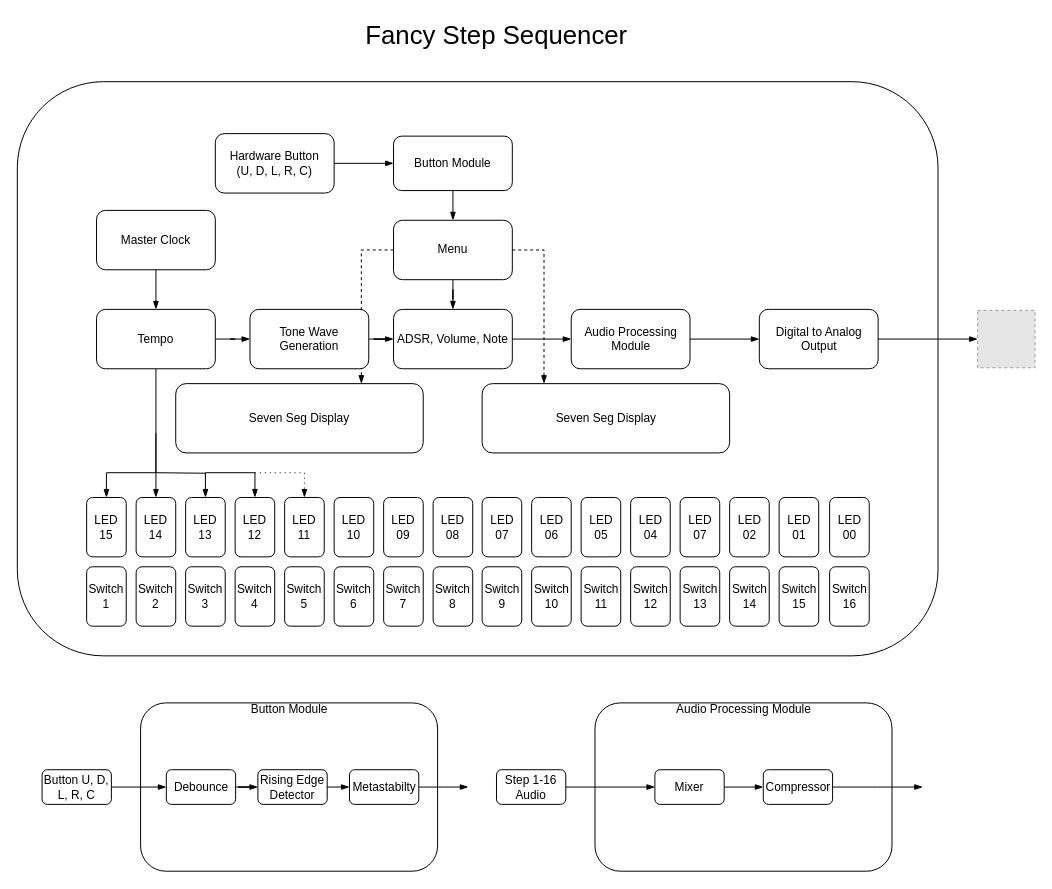
Before: system-diagram/SystemDiagram.drawio in nathaniel-drechsler/16-Step-Sequencer, a draw.io diagram. Source tidied: cells renumbered, new cells numbered last; positions are measured from the earlier drawing's top-left corner, leaving out a move shared by most shapes. Both pictures are drawn from the tidied source at 99%, with x=0, y=0 at pixel (17, 17). Pictures stored in the file or linked from it are replaced by grey dashed boxes.
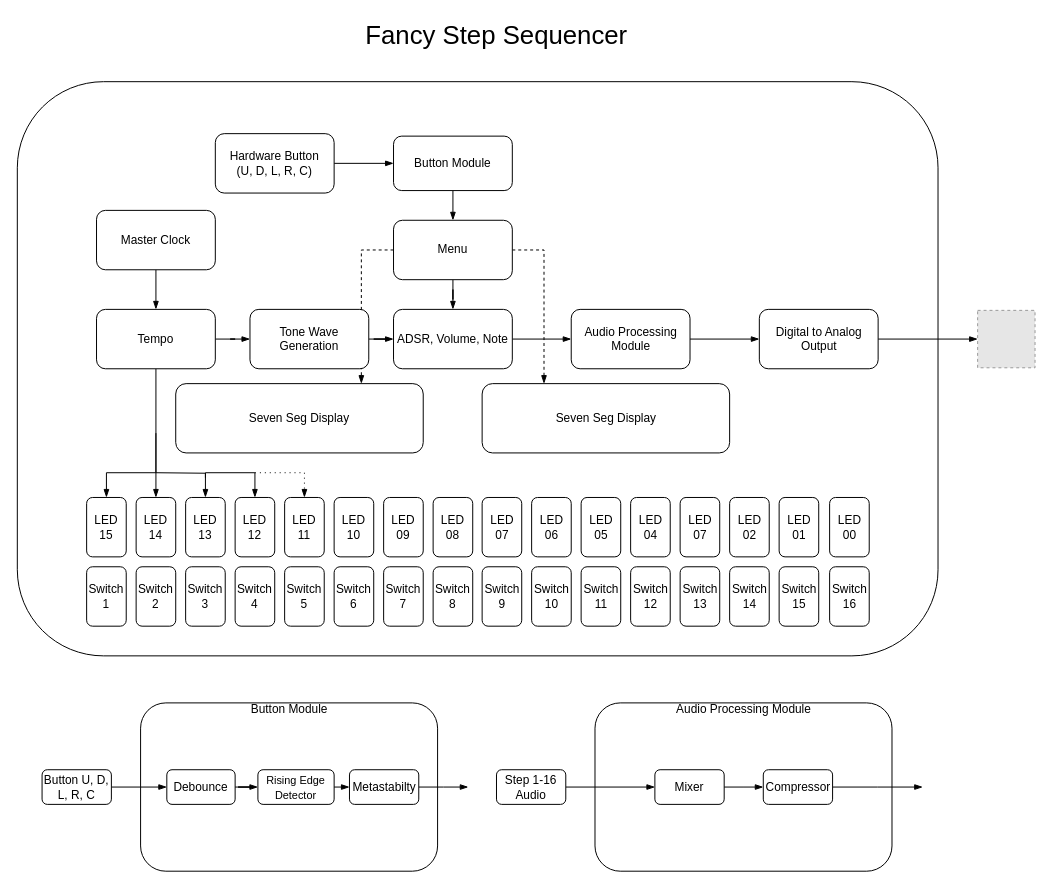
After the change.

What changed in the source:
```diff
@@
     <mxCell id="66" value="Debounce" style="rounded=1;whiteSpace=wrap;html=1;" parent="1" vertex="1">
-      <mxGeometry x="150.5" y="760" width="70" height="35" as="geometry" />
+      <mxGeometry x="151" y="760" width="69" height="35" as="geometry" />
     </mxCell>
@@
-    <mxCell id="68" value="Rising Edge Detector" style="rounded=1;whiteSpace=wrap;html=1;" parent="1" vertex="1">
-      <mxGeometry x="243" y="760" width="70" height="35" as="geometry" />
+    <mxCell id="68" value="&lt;font style=&quot;font-size: 11px&quot;&gt;Rising Edge Detector&lt;/font&gt;" style="rounded=1;whiteSpace=wrap;html=1;" parent="1" vertex="1">
+      <mxGeometry x="243" y="760" width="77" height="35" as="geometry" />
     </mxCell>
```
